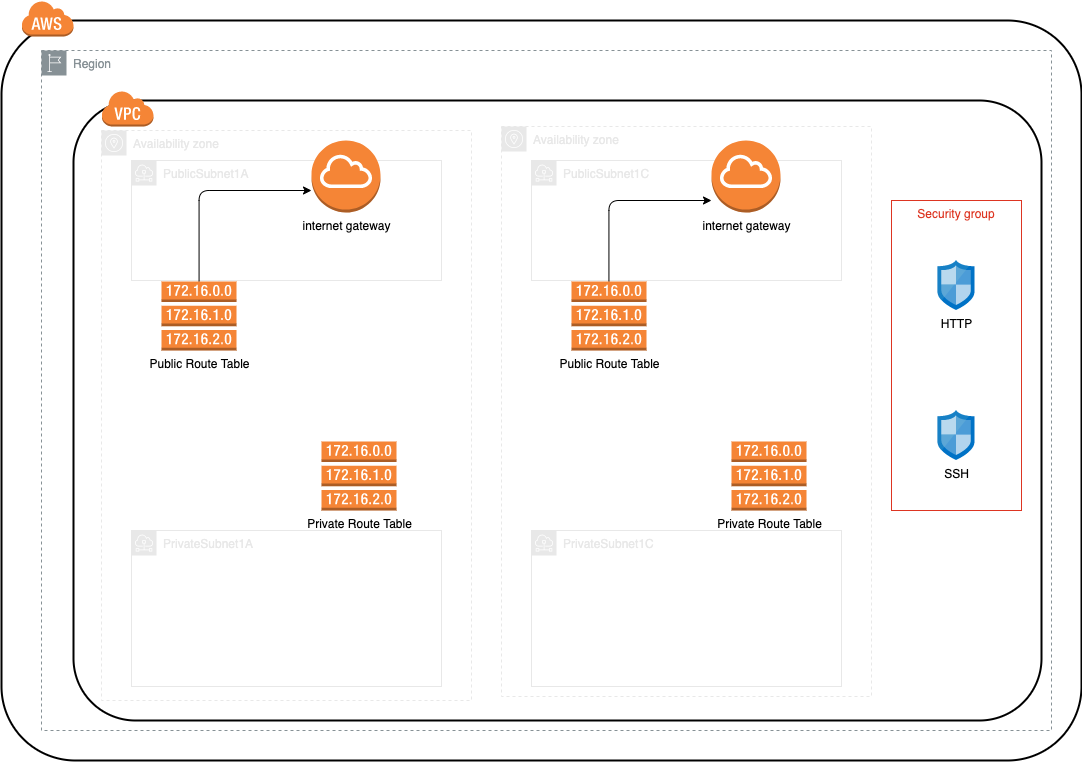
This is diagram/diagram.png from oakatgyro/aws-vpc-infra-sample, a draw.io export, as it was before one commit. Source tidied: cells renumbered, new cells last; positions are measured from the earlier drawing's top-left corner, leaving out a move shared by most shapes. Its diagram source:
```xml
<mxGraphModel>
  <root>
    <mxCell id="0" />
    <mxCell id="1" parent="0" />
    <mxCell id="2" value="Availability zone" style="sketch=0;gradientColor=none;html=1;whiteSpace=wrap;fontSize=12;fontStyle=0;shape=mxgraph.aws4.group;grIcon=mxgraph.aws4.group_availability_zone;strokeColor=#E8E8E8;fillColor=none;verticalAlign=top;align=left;spacingLeft=30;fontColor=#E8E8E8;dashed=1;" parent="1" vertex="1">
      <mxGeometry x="500" y="126" width="370" height="570" as="geometry" />
    </mxCell>
    <mxCell id="3" value="Availability zone" style="sketch=0;gradientColor=none;html=1;whiteSpace=wrap;fontSize=12;fontStyle=0;shape=mxgraph.aws4.group;grIcon=mxgraph.aws4.group_availability_zone;strokeColor=#E8E8E8;fillColor=none;verticalAlign=top;align=left;spacingLeft=30;fontColor=#E8E8E8;dashed=1;" parent="1" vertex="1">
      <mxGeometry x="100" y="130" width="370" height="570" as="geometry" />
    </mxCell>
    <mxCell id="4" style="rounded=1;arcSize=10;dashed=0;fillColor=none;gradientColor=none;strokeWidth=2;" parent="1" vertex="1">
      <mxGeometry y="20" width="1080" height="740" as="geometry" />
    </mxCell>
    <mxCell id="5" style="dashed=0;html=1;shape=mxgraph.aws3.cloud;fillColor=#F58536;gradientColor=none;dashed=0;" parent="1" vertex="1">
      <mxGeometry x="20" width="52" height="36" as="geometry" />
    </mxCell>
    <mxCell id="6" value="Region" style="sketch=0;gradientColor=none;html=1;whiteSpace=wrap;fontSize=12;fontStyle=0;shape=mxgraph.aws4.group;grIcon=mxgraph.aws4.group_region;strokeColor=#879196;fillColor=none;verticalAlign=top;align=left;spacingLeft=30;fontColor=#879196;dashed=1;" parent="1" vertex="1">
      <mxGeometry x="40" y="50" width="1010" height="680" as="geometry" />
    </mxCell>
    <mxCell id="7" style="rounded=1;arcSize=10;dashed=0;fillColor=none;gradientColor=none;strokeWidth=2;" parent="1" vertex="1">
      <mxGeometry x="72" y="100" width="968" height="620" as="geometry" />
    </mxCell>
    <mxCell id="8" style="dashed=0;html=1;shape=mxgraph.aws3.virtual_private_cloud;fillColor=#F58536;gradientColor=none;dashed=0;" parent="1" vertex="1">
      <mxGeometry x="100" y="90" width="52" height="36" as="geometry" />
    </mxCell>
    <mxCell id="9" value="PublicSubnet1A" style="sketch=0;gradientColor=none;html=1;whiteSpace=wrap;fontSize=12;fontStyle=0;shape=mxgraph.aws4.group;grIcon=mxgraph.aws4.group_subnet;strokeColor=#E8E8E8;fillColor=none;verticalAlign=top;align=left;spacingLeft=30;fontColor=#E8E8E8;dashed=0;" parent="1" vertex="1">
      <mxGeometry x="130" y="160" width="310" height="120" as="geometry" />
    </mxCell>
    <mxCell id="10" value="PrivateSubnet1A" style="sketch=0;gradientColor=none;html=1;whiteSpace=wrap;fontSize=12;fontStyle=0;shape=mxgraph.aws4.group;grIcon=mxgraph.aws4.group_subnet;strokeColor=#E8E8E8;fillColor=none;verticalAlign=top;align=left;spacingLeft=30;fontColor=#E8E8E8;dashed=0;" parent="1" vertex="1">
      <mxGeometry x="130" y="530" width="310" height="156" as="geometry" />
    </mxCell>
    <mxCell id="11" value="PublicSubnet1C" style="sketch=0;gradientColor=none;html=1;whiteSpace=wrap;fontSize=12;fontStyle=0;shape=mxgraph.aws4.group;grIcon=mxgraph.aws4.group_subnet;strokeColor=#E8E8E8;fillColor=none;verticalAlign=top;align=left;spacingLeft=30;fontColor=#E8E8E8;dashed=0;" parent="1" vertex="1">
      <mxGeometry x="530" y="160" width="310" height="120" as="geometry" />
    </mxCell>
    <mxCell id="12" value="PrivateSubnet1C" style="sketch=0;gradientColor=none;html=1;whiteSpace=wrap;fontSize=12;fontStyle=0;shape=mxgraph.aws4.group;grIcon=mxgraph.aws4.group_subnet;strokeColor=#E8E8E8;fillColor=none;verticalAlign=top;align=left;spacingLeft=30;fontColor=#E8E8E8;dashed=0;" parent="1" vertex="1">
      <mxGeometry x="530" y="530" width="310" height="156" as="geometry" />
    </mxCell>
    <mxCell id="13" value="internet gateway" style="outlineConnect=0;dashed=0;verticalLabelPosition=bottom;verticalAlign=top;align=center;html=1;shape=mxgraph.aws3.internet_gateway;fillColor=#F58536;gradientColor=none;" parent="1" vertex="1">
      <mxGeometry x="310" y="140" width="69" height="72" as="geometry" />
    </mxCell>
    <mxCell id="14" value="internet gateway" style="outlineConnect=0;dashed=0;verticalLabelPosition=bottom;verticalAlign=top;align=center;html=1;shape=mxgraph.aws3.internet_gateway;fillColor=#F58536;gradientColor=none;" parent="1" vertex="1">
      <mxGeometry x="710" y="140" width="69" height="72" as="geometry" />
    </mxCell>
    <mxCell id="15" style="edgeStyle=orthogonalEdgeStyle;html=1;" parent="1" edge="1" source="16" target="13">
      <mxGeometry relative="1" as="geometry">
        <Array as="points">
          <mxPoint x="198" y="190" />
        </Array>
      </mxGeometry>
    </mxCell>
    <mxCell id="16" value="Public Route Table" style="outlineConnect=0;dashed=0;verticalLabelPosition=bottom;verticalAlign=top;align=center;html=1;shape=mxgraph.aws3.route_table;fillColor=#F58536;gradientColor=none;" parent="1" vertex="1">
      <mxGeometry x="160" y="281" width="75" height="69" as="geometry" />
    </mxCell>
    <mxCell id="17" value="Private Route Table" style="dashed=0;verticalLabelPosition=bottom;verticalAlign=top;align=center;html=1;shape=mxgraph.aws3.route_table;fillColor=#F58536;gradientColor=none;" parent="1" vertex="1">
      <mxGeometry x="320" y="441" width="75" height="69" as="geometry" />
    </mxCell>
    <mxCell id="18" style="edgeStyle=orthogonalEdgeStyle;html=1;" parent="1" edge="1" source="19" target="14">
      <mxGeometry relative="1" as="geometry">
        <Array as="points">
          <mxPoint x="608" y="200" />
        </Array>
      </mxGeometry>
    </mxCell>
    <mxCell id="19" value="Public Route Table" style="outlineConnect=0;dashed=0;verticalLabelPosition=bottom;verticalAlign=top;align=center;html=1;shape=mxgraph.aws3.route_table;fillColor=#F58536;gradientColor=none;" parent="1" vertex="1">
      <mxGeometry x="570" y="281" width="75" height="69" as="geometry" />
    </mxCell>
    <mxCell id="20" value="Private Route Table" style="dashed=0;verticalLabelPosition=bottom;verticalAlign=top;align=center;html=1;shape=mxgraph.aws3.route_table;fillColor=#F58536;gradientColor=none;" parent="1" vertex="1">
      <mxGeometry x="730" y="441" width="75" height="69" as="geometry" />
    </mxCell>
    <mxCell id="21" value="Security group" style="fillColor=none;strokeColor=#DD3522;verticalAlign=top;fontStyle=0;fontColor=#DD3522;" parent="1" vertex="1">
      <mxGeometry x="890" y="200" width="130" height="310" as="geometry" />
    </mxCell>
    <mxCell id="22" value="HTTP" style="sketch=0;html=1;align=center;image;fontSize=12;image=img/lib/mscae/Network_Security_Groups_Classic.svg;" parent="1" vertex="1">
      <mxGeometry x="936.5" y="260" width="37" height="50" as="geometry" />
    </mxCell>
    <mxCell id="23" value="SSH" style="sketch=0;html=1;align=center;image;fontSize=12;image=img/lib/mscae/Network_Security_Groups_Classic.svg;" parent="1" vertex="1">
      <mxGeometry x="936.5" y="410" width="37" height="50" as="geometry" />
    </mxCell>
  </root>
</mxGraphModel>
```
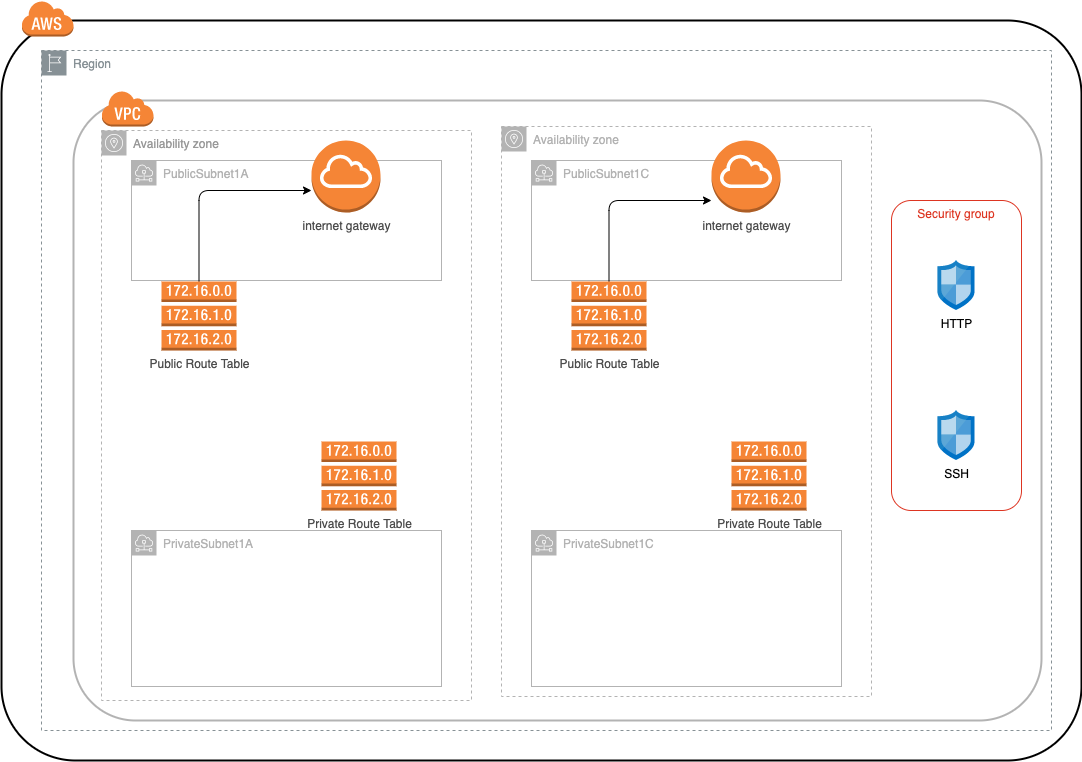
After the change.

Diff of the diagram source:
```diff
@@ -1,79 +1,79 @@
-<mxGraphModel>
+<mxGraphModel background="#ffffff">
   <root>
     <mxCell id="0" />
     <mxCell id="1" parent="0" />
+    <mxCell id="4" style="rounded=1;arcSize=10;dashed=0;fillColor=none;gradientColor=none;strokeWidth=2;strokeColor=#000000;" parent="1" vertex="1">
+      <mxGeometry y="20" width="1080" height="740" as="geometry" />
+    </mxCell>
+    <mxCell id="6" value="Region" style="sketch=0;gradientColor=none;html=1;whiteSpace=wrap;fontSize=12;fontStyle=0;shape=mxgraph.aws4.group;grIcon=mxgraph.aws4.group_region;strokeColor=#879196;fillColor=none;verticalAlign=top;align=left;spacingLeft=30;fontColor=#879196;dashed=1;rounded=1;" parent="1" vertex="1">
+      <mxGeometry x="40" y="50" width="1010" height="680" as="geometry" />
+    </mxCell>
+    <mxCell id="7" style="rounded=1;arcSize=10;dashed=0;fillColor=none;gradientColor=none;strokeWidth=2;strokeColor=#B3B3B3;" parent="1" vertex="1">
+      <mxGeometry x="72" y="100" width="968" height="620" as="geometry" />
+    </mxCell>
-    <mxCell id="2" value="Availability zone" style="sketch=0;gradientColor=none;html=1;whiteSpace=wrap;fontSize=12;fontStyle=0;shape=mxgraph.aws4.group;grIcon=mxgraph.aws4.group_availability_zone;strokeColor=#E8E8E8;fillColor=none;verticalAlign=top;align=left;spacingLeft=30;fontColor=#E8E8E8;dashed=1;" parent="1" vertex="1">
+    <mxCell id="2" value="Availability zone" style="sketch=0;gradientColor=none;html=1;whiteSpace=wrap;fontSize=12;fontStyle=0;shape=mxgraph.aws4.group;grIcon=mxgraph.aws4.group_availability_zone;strokeColor=#B3B3B3;fillColor=none;verticalAlign=top;align=left;spacingLeft=30;fontColor=#B3B3B3;dashed=1;rounded=1;" parent="1" vertex="1">
       <mxGeometry x="500" y="126" width="370" height="570" as="geometry" />
     </mxCell>
-    <mxCell id="3" value="Availability zone" style="sketch=0;gradientColor=none;html=1;whiteSpace=wrap;fontSize=12;fontStyle=0;shape=mxgraph.aws4.group;grIcon=mxgraph.aws4.group_availability_zone;strokeColor=#E8E8E8;fillColor=none;verticalAlign=top;align=left;spacingLeft=30;fontColor=#E8E8E8;dashed=1;" parent="1" vertex="1">
+    <mxCell id="3" value="Availability zone" style="sketch=0;gradientColor=none;html=1;whiteSpace=wrap;fontSize=12;fontStyle=0;shape=mxgraph.aws4.group;grIcon=mxgraph.aws4.group_availability_zone;strokeColor=#B3B3B3;fillColor=none;verticalAlign=top;align=left;spacingLeft=30;fontColor=#999999;dashed=1;rounded=1;" parent="1" vertex="1">
       <mxGeometry x="100" y="130" width="370" height="570" as="geometry" />
     </mxCell>
-    <mxCell id="4" style="rounded=1;arcSize=10;dashed=0;fillColor=none;gradientColor=none;strokeWidth=2;" parent="1" vertex="1">
-      <mxGeometry y="20" width="1080" height="740" as="geometry" />
-    </mxCell>
-    <mxCell id="5" style="dashed=0;html=1;shape=mxgraph.aws3.cloud;fillColor=#F58536;gradientColor=none;dashed=0;" parent="1" vertex="1">
+    <mxCell id="5" style="dashed=0;html=1;shape=mxgraph.aws3.cloud;fillColor=#F58536;gradientColor=none;dashed=0;rounded=1;" parent="1" vertex="1">
       <mxGeometry x="20" width="52" height="36" as="geometry" />
     </mxCell>
-    <mxCell id="6" value="Region" style="sketch=0;gradientColor=none;html=1;whiteSpace=wrap;fontSize=12;fontStyle=0;shape=mxgraph.aws4.group;grIcon=mxgraph.aws4.group_region;strokeColor=#879196;fillColor=none;verticalAlign=top;align=left;spacingLeft=30;fontColor=#879196;dashed=1;" parent="1" vertex="1">
-      <mxGeometry x="40" y="50" width="1010" height="680" as="geometry" />
-    </mxCell>
-    <mxCell id="7" style="rounded=1;arcSize=10;dashed=0;fillColor=none;gradientColor=none;strokeWidth=2;" parent="1" vertex="1">
-      <mxGeometry x="72" y="100" width="968" height="620" as="geometry" />
-    </mxCell>
-    <mxCell id="8" style="dashed=0;html=1;shape=mxgraph.aws3.virtual_private_cloud;fillColor=#F58536;gradientColor=none;dashed=0;" parent="1" vertex="1">
+    <mxCell id="8" style="dashed=0;html=1;shape=mxgraph.aws3.virtual_private_cloud;fillColor=#F58536;gradientColor=none;dashed=0;rounded=1;" parent="1" vertex="1">
       <mxGeometry x="100" y="90" width="52" height="36" as="geometry" />
     </mxCell>
-    <mxCell id="9" value="PublicSubnet1A" style="sketch=0;gradientColor=none;html=1;whiteSpace=wrap;fontSize=12;fontStyle=0;shape=mxgraph.aws4.group;grIcon=mxgraph.aws4.group_subnet;strokeColor=#E8E8E8;fillColor=none;verticalAlign=top;align=left;spacingLeft=30;fontColor=#E8E8E8;dashed=0;" parent="1" vertex="1">
+    <mxCell id="9" value="PublicSubnet1A" style="sketch=0;gradientColor=none;html=1;whiteSpace=wrap;fontSize=12;fontStyle=0;shape=mxgraph.aws4.group;grIcon=mxgraph.aws4.group_subnet;strokeColor=#B3B3B3;fillColor=none;verticalAlign=top;align=left;spacingLeft=30;fontColor=#B3B3B3;dashed=0;rounded=1;" parent="1" vertex="1">
       <mxGeometry x="130" y="160" width="310" height="120" as="geometry" />
     </mxCell>
-    <mxCell id="10" value="PrivateSubnet1A" style="sketch=0;gradientColor=none;html=1;whiteSpace=wrap;fontSize=12;fontStyle=0;shape=mxgraph.aws4.group;grIcon=mxgraph.aws4.group_subnet;strokeColor=#E8E8E8;fillColor=none;verticalAlign=top;align=left;spacingLeft=30;fontColor=#E8E8E8;dashed=0;" parent="1" vertex="1">
+    <mxCell id="10" value="PrivateSubnet1A" style="sketch=0;gradientColor=none;html=1;whiteSpace=wrap;fontSize=12;fontStyle=0;shape=mxgraph.aws4.group;grIcon=mxgraph.aws4.group_subnet;strokeColor=#B3B3B3;fillColor=none;verticalAlign=top;align=left;spacingLeft=30;fontColor=#B3B3B3;dashed=0;rounded=1;" parent="1" vertex="1">
       <mxGeometry x="130" y="530" width="310" height="156" as="geometry" />
     </mxCell>
-    <mxCell id="11" value="PublicSubnet1C" style="sketch=0;gradientColor=none;html=1;whiteSpace=wrap;fontSize=12;fontStyle=0;shape=mxgraph.aws4.group;grIcon=mxgraph.aws4.group_subnet;strokeColor=#E8E8E8;fillColor=none;verticalAlign=top;align=left;spacingLeft=30;fontColor=#E8E8E8;dashed=0;" parent="1" vertex="1">
+    <mxCell id="11" value="PublicSubnet1C" style="sketch=0;gradientColor=none;html=1;whiteSpace=wrap;fontSize=12;fontStyle=0;shape=mxgraph.aws4.group;grIcon=mxgraph.aws4.group_subnet;strokeColor=#B3B3B3;fillColor=none;verticalAlign=top;align=left;spacingLeft=30;fontColor=#B3B3B3;dashed=0;rounded=1;" parent="1" vertex="1">
       <mxGeometry x="530" y="160" width="310" height="120" as="geometry" />
     </mxCell>
-    <mxCell id="12" value="PrivateSubnet1C" style="sketch=0;gradientColor=none;html=1;whiteSpace=wrap;fontSize=12;fontStyle=0;shape=mxgraph.aws4.group;grIcon=mxgraph.aws4.group_subnet;strokeColor=#E8E8E8;fillColor=none;verticalAlign=top;align=left;spacingLeft=30;fontColor=#E8E8E8;dashed=0;" parent="1" vertex="1">
+    <mxCell id="12" value="PrivateSubnet1C" style="sketch=0;gradientColor=none;html=1;whiteSpace=wrap;fontSize=12;fontStyle=0;shape=mxgraph.aws4.group;grIcon=mxgraph.aws4.group_subnet;strokeColor=#B3B3B3;fillColor=none;verticalAlign=top;align=left;spacingLeft=30;fontColor=#B3B3B3;dashed=0;rounded=1;" parent="1" vertex="1">
       <mxGeometry x="530" y="530" width="310" height="156" as="geometry" />
     </mxCell>
-    <mxCell id="13" value="internet gateway" style="outlineConnect=0;dashed=0;verticalLabelPosition=bottom;verticalAlign=top;align=center;html=1;shape=mxgraph.aws3.internet_gateway;fillColor=#F58536;gradientColor=none;" parent="1" vertex="1">
+    <mxCell id="13" value="internet gateway" style="outlineConnect=0;dashed=0;verticalLabelPosition=bottom;verticalAlign=top;align=center;html=1;shape=mxgraph.aws3.internet_gateway;fillColor=#F58536;gradientColor=none;rounded=1;fontColor=#4D4D4D;" parent="1" vertex="1">
       <mxGeometry x="310" y="140" width="69" height="72" as="geometry" />
     </mxCell>
-    <mxCell id="14" value="internet gateway" style="outlineConnect=0;dashed=0;verticalLabelPosition=bottom;verticalAlign=top;align=center;html=1;shape=mxgraph.aws3.internet_gateway;fillColor=#F58536;gradientColor=none;" parent="1" vertex="1">
+    <mxCell id="14" value="internet gateway" style="outlineConnect=0;dashed=0;verticalLabelPosition=bottom;verticalAlign=top;align=center;html=1;shape=mxgraph.aws3.internet_gateway;fillColor=#F58536;gradientColor=none;rounded=1;fontColor=#4D4D4D;" parent="1" vertex="1">
       <mxGeometry x="710" y="140" width="69" height="72" as="geometry" />
     </mxCell>
-    <mxCell id="15" style="edgeStyle=orthogonalEdgeStyle;html=1;" parent="1" edge="1" source="16" target="13">
+    <mxCell id="15" style="edgeStyle=orthogonalEdgeStyle;html=1;rounded=1;strokeColor=#000000;" parent="1" edge="1" source="16" target="13">
       <mxGeometry relative="1" as="geometry">
         <Array as="points">
           <mxPoint x="198" y="190" />
         </Array>
       </mxGeometry>
     </mxCell>
-    <mxCell id="16" value="Public Route Table" style="outlineConnect=0;dashed=0;verticalLabelPosition=bottom;verticalAlign=top;align=center;html=1;shape=mxgraph.aws3.route_table;fillColor=#F58536;gradientColor=none;" parent="1" vertex="1">
+    <mxCell id="16" value="Public Route Table" style="outlineConnect=0;dashed=0;verticalLabelPosition=bottom;verticalAlign=top;align=center;html=1;shape=mxgraph.aws3.route_table;fillColor=#F58536;gradientColor=none;rounded=1;fontColor=#4D4D4D;" parent="1" vertex="1">
       <mxGeometry x="160" y="281" width="75" height="69" as="geometry" />
     </mxCell>
-    <mxCell id="17" value="Private Route Table" style="dashed=0;verticalLabelPosition=bottom;verticalAlign=top;align=center;html=1;shape=mxgraph.aws3.route_table;fillColor=#F58536;gradientColor=none;" parent="1" vertex="1">
+    <mxCell id="17" value="Private Route Table" style="dashed=0;verticalLabelPosition=bottom;verticalAlign=top;align=center;html=1;shape=mxgraph.aws3.route_table;fillColor=#F58536;gradientColor=none;rounded=1;fontColor=#4D4D4D;" parent="1" vertex="1">
       <mxGeometry x="320" y="441" width="75" height="69" as="geometry" />
     </mxCell>
-    <mxCell id="18" style="edgeStyle=orthogonalEdgeStyle;html=1;" parent="1" edge="1" source="19" target="14">
+    <mxCell id="18" style="edgeStyle=orthogonalEdgeStyle;html=1;rounded=1;strokeColor=#000000;" parent="1" edge="1" source="19" target="14">
       <mxGeometry relative="1" as="geometry">
         <Array as="points">
           <mxPoint x="608" y="200" />
         </Array>
       </mxGeometry>
     </mxCell>
-    <mxCell id="19" value="Public Route Table" style="outlineConnect=0;dashed=0;verticalLabelPosition=bottom;verticalAlign=top;align=center;html=1;shape=mxgraph.aws3.route_table;fillColor=#F58536;gradientColor=none;" parent="1" vertex="1">
+    <mxCell id="19" value="Public Route Table" style="outlineConnect=0;dashed=0;verticalLabelPosition=bottom;verticalAlign=top;align=center;html=1;shape=mxgraph.aws3.route_table;fillColor=#F58536;gradientColor=none;rounded=1;fontColor=#4D4D4D;" parent="1" vertex="1">
       <mxGeometry x="570" y="281" width="75" height="69" as="geometry" />
     </mxCell>
-    <mxCell id="20" value="Private Route Table" style="dashed=0;verticalLabelPosition=bottom;verticalAlign=top;align=center;html=1;shape=mxgraph.aws3.route_table;fillColor=#F58536;gradientColor=none;" parent="1" vertex="1">
+    <mxCell id="20" value="Private Route Table" style="dashed=0;verticalLabelPosition=bottom;verticalAlign=top;align=center;html=1;shape=mxgraph.aws3.route_table;fillColor=#F58536;gradientColor=none;rounded=1;fontColor=#4D4D4D;" parent="1" vertex="1">
       <mxGeometry x="730" y="441" width="75" height="69" as="geometry" />
     </mxCell>
-    <mxCell id="21" value="Security group" style="fillColor=none;strokeColor=#DD3522;verticalAlign=top;fontStyle=0;fontColor=#DD3522;" parent="1" vertex="1">
+    <mxCell id="21" value="Security group" style="fillColor=none;strokeColor=#DD3522;verticalAlign=top;fontStyle=0;fontColor=#DD3522;rounded=1;" parent="1" vertex="1">
       <mxGeometry x="890" y="200" width="130" height="310" as="geometry" />
     </mxCell>
-    <mxCell id="22" value="HTTP" style="sketch=0;html=1;align=center;image;fontSize=12;image=img/lib/mscae/Network_Security_Groups_Classic.svg;" parent="1" vertex="1">
+    <mxCell id="22" value="HTTP" style="sketch=0;html=1;align=center;image;fontSize=12;image=img/lib/mscae/Network_Security_Groups_Classic.svg;rounded=1;" parent="1" vertex="1">
       <mxGeometry x="936.5" y="260" width="37" height="50" as="geometry" />
     </mxCell>
-    <mxCell id="23" value="SSH" style="sketch=0;html=1;align=center;image;fontSize=12;image=img/lib/mscae/Network_Security_Groups_Classic.svg;" parent="1" vertex="1">
+    <mxCell id="23" value="SSH" style="sketch=0;html=1;align=center;image;fontSize=12;image=img/lib/mscae/Network_Security_Groups_Classic.svg;rounded=1;" parent="1" vertex="1">
       <mxGeometry x="936.5" y="410" width="37" height="50" as="geometry" />
     </mxCell>
   </root>
```
